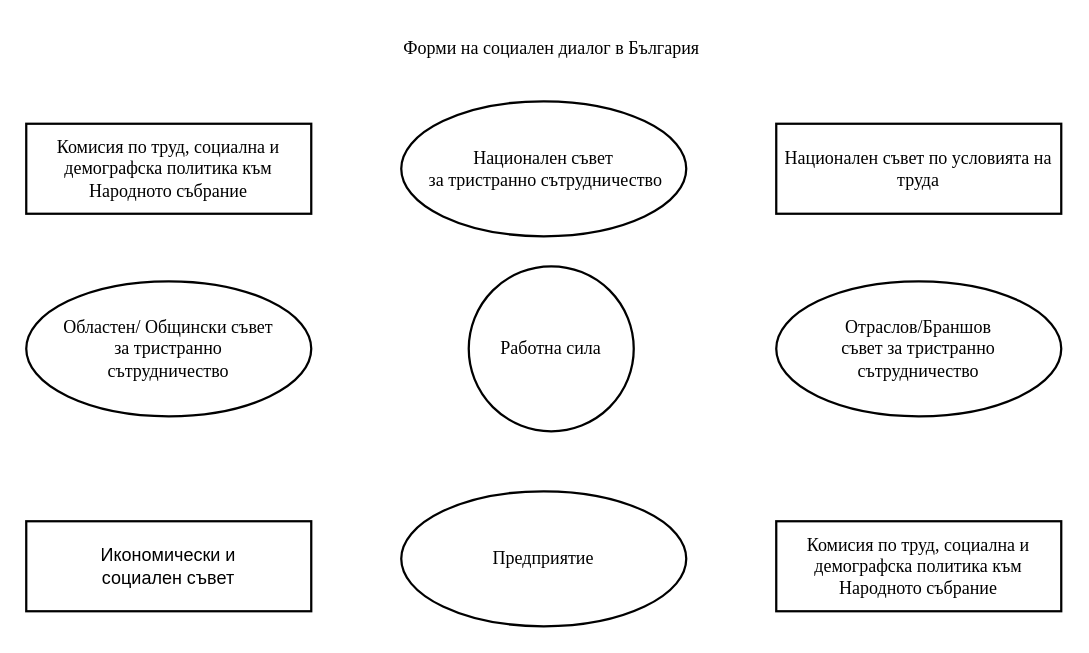
The draw.io diagram page "Фигура 2" (2 of 3) of Untitled Diagram.drawio in entirebg/webserver, before the edit. Source tidied: cells renumbered, new cells numbered last; positions are measured from the earlier drawing's top-left corner, leaving out a move shared by most shapes. Both pictures are drawn from the tidied source at 150%, with x=0, y=0 at pixel (26, 26).
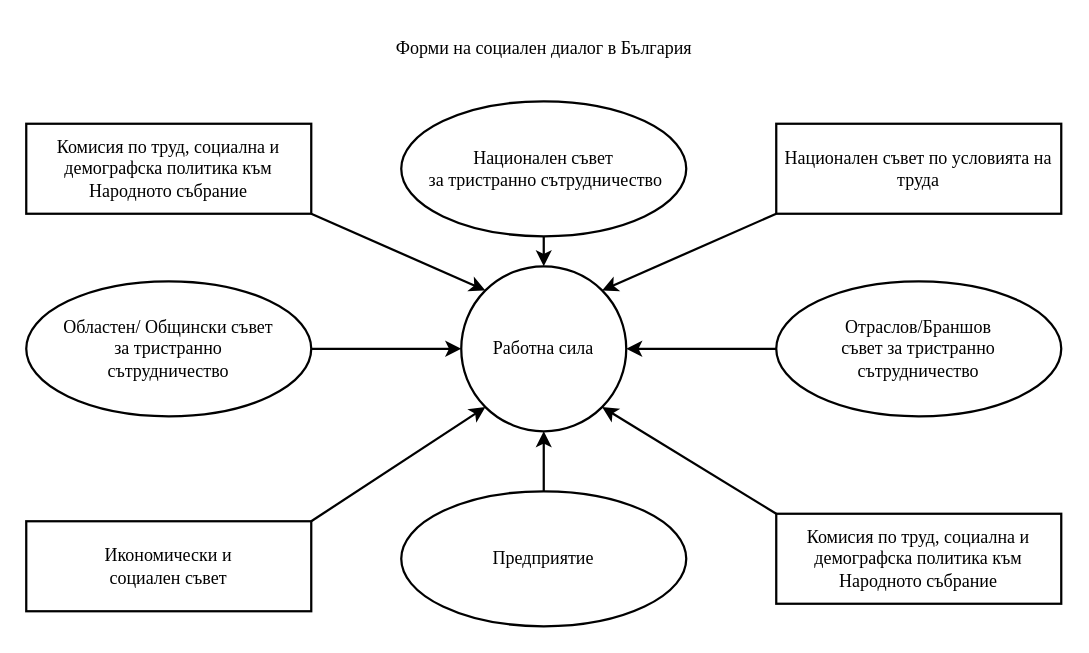
The same page after the edit.

The change refers to these unchanged cells:
```xml
<mxCell id="3" value="&lt;font face=&quot;Times New Roman&quot;&gt;Комисия по труд, социална и демографска политика към Народното събрание&lt;br&gt;&lt;/font&gt;" style="rounded=0;whiteSpace=wrap;html=1;strokeWidth=1.5;" parent="1" vertex="1">
  <mxGeometry y="65" width="190" height="60" as="geometry" />
</mxCell>
<mxCell id="4" value="&lt;p&gt;&lt;font face=&quot;Times New Roman&quot;&gt;Национален съвет по условията на труда &lt;/font&gt;&lt;/p&gt;" style="html=1;rounded=0;strokeWidth=1.5;spacing=3;spacingLeft=0;whiteSpace=wrap;" parent="1" vertex="1">
  <mxGeometry x="500" y="65" width="190" height="60" as="geometry" />
</mxCell>
<mxCell id="6" value="&lt;div&gt;Национален съвет&lt;/div&gt;&lt;div&gt;&amp;nbsp;за тристранно сътрудничество&lt;/div&gt;" style="ellipse;whiteSpace=wrap;html=1;labelBackgroundColor=#ffffff;strokeWidth=1.5;fontFamily=Times New Roman;" parent="1" vertex="1">
  <mxGeometry x="250" y="50" width="190" height="90" as="geometry" />
</mxCell>
<mxCell id="7" value="&lt;div&gt;Областен/ Общински съвет &lt;br&gt;&lt;/div&gt;&lt;div&gt;за тристранно&lt;/div&gt;&lt;div&gt;сътрудничество&lt;br&gt;&lt;/div&gt;" style="ellipse;whiteSpace=wrap;html=1;labelBackgroundColor=#ffffff;strokeWidth=1.5;fontFamily=Times New Roman;" parent="1" vertex="1">
  <mxGeometry y="170" width="190" height="90" as="geometry" />
</mxCell>
<mxCell id="8" value="&lt;div&gt;Отраслов/Браншов&lt;/div&gt;&lt;div&gt;съвет за тристранно&lt;/div&gt;&lt;div&gt;сътрудничество&lt;br&gt;&lt;/div&gt;" style="ellipse;whiteSpace=wrap;html=1;labelBackgroundColor=#ffffff;strokeWidth=1.5;fontFamily=Times New Roman;" parent="1" vertex="1">
  <mxGeometry x="500" y="170" width="190" height="90" as="geometry" />
</mxCell>
<mxCell id="11" value="Предприятие" style="ellipse;whiteSpace=wrap;html=1;labelBackgroundColor=#ffffff;strokeWidth=1.5;fontFamily=Times New Roman;" parent="1" vertex="1">
  <mxGeometry x="250" y="310" width="190" height="90" as="geometry" />
</mxCell>
```

The edit, as a diff of the source:
```diff
@@
     <mxCell id="2" value="&lt;div&gt;&lt;font face=&quot;Times New Roman&quot;&gt;Форми на социален диалог в България&lt;/font&gt;&lt;br&gt;&lt;/div&gt;" style="text;html=1;align=center;verticalAlign=middle;strokeColor=none;fillColor=none;" parent="1" vertex="1">
-      <mxGeometry x="240" width="220" height="30" as="geometry" />
+      <mxGeometry x="235" width="220" height="30" as="geometry" />
     </mxCell>
@@
     <mxCell id="5" value="Работна сила" style="ellipse;whiteSpace=wrap;html=1;labelBackgroundColor=#ffffff;strokeWidth=1.5;fontFamily=Times New Roman;" parent="1" vertex="1">
-      <mxGeometry x="295" y="160" width="110" height="110" as="geometry" />
+      <mxGeometry x="290" y="160" width="110" height="110" as="geometry" />
     </mxCell>
@@
-    <mxCell id="9" value="&lt;div&gt;Икономически и &lt;br&gt;&lt;/div&gt;&lt;div&gt;социален съвет&lt;br&gt;&lt;/div&gt;" style="rounded=0;whiteSpace=wrap;html=1;strokeWidth=1.5;" parent="1" vertex="1">
+    <mxCell id="9" value="&lt;div&gt;&lt;font face=&quot;Times New Roman&quot;&gt;Икономически и &lt;br&gt;&lt;/font&gt;&lt;/div&gt;&lt;div&gt;&lt;font face=&quot;Times New Roman&quot;&gt;социален съвет&lt;br&gt;&lt;/font&gt;&lt;/div&gt;" style="rounded=0;whiteSpace=wrap;html=1;strokeWidth=1.5;" parent="1" vertex="1">
       <mxGeometry y="330" width="190" height="60" as="geometry" />
     </mxCell>
     <mxCell id="10" value="&lt;font face=&quot;Times New Roman&quot;&gt;Комисия по труд, социална и демографска политика към Народното събрание&lt;br&gt;&lt;/font&gt;" style="rounded=0;whiteSpace=wrap;html=1;strokeWidth=1.5;" parent="1" vertex="1">
-      <mxGeometry x="500" y="330" width="190" height="60" as="geometry" />
+      <mxGeometry x="500" y="325" width="190" height="60" as="geometry" />
     </mxCell>
@@
+    <mxCell id="12" style="endArrow=classic;html=1;rounded=0;strokeColor=#000000;strokeWidth=1.5;fontFamily=Times New Roman;fontColor=#FF0000;exitX=1;exitY=1;exitDx=0;exitDy=0;entryX=0;entryY=0;entryDx=0;entryDy=0;" parent="1" edge="1" source="3" target="5">
+      <mxGeometry relative="1" as="geometry" />
+    </mxCell>
+    <mxCell id="13" style="endArrow=classic;html=1;rounded=0;strokeColor=#000000;strokeWidth=1.5;fontFamily=Times New Roman;fontColor=#FF0000;entryX=0;entryY=0.5;entryDx=0;entryDy=0;exitX=1;exitY=0.5;exitDx=0;exitDy=0;" parent="1" edge="1" source="7" target="5">
+      <mxGeometry relative="1" as="geometry" />
+    </mxCell>
+    <mxCell id="14" style="endArrow=classic;html=1;rounded=0;strokeColor=#000000;strokeWidth=1.5;fontFamily=Times New Roman;fontColor=#FF0000;exitX=1;exitY=0;exitDx=0;exitDy=0;entryX=0;entryY=1;entryDx=0;entryDy=0;" parent="1" edge="1" source="9" target="5">
+      <mxGeometry relative="1" as="geometry" />
+    </mxCell>
+    <mxCell id="15" style="endArrow=classic;html=1;rounded=0;strokeColor=#000000;strokeWidth=1.5;fontFamily=Times New Roman;fontColor=#FF0000;exitX=0.5;exitY=0;exitDx=0;exitDy=0;entryX=0.5;entryY=1;entryDx=0;entryDy=0;" parent="1" edge="1" source="11" target="5">
+      <mxGeometry relative="1" as="geometry" />
+    </mxCell>
+    <mxCell id="16" style="endArrow=classic;html=1;rounded=0;strokeColor=#000000;strokeWidth=1.5;fontFamily=Times New Roman;fontColor=#FF0000;entryX=1;entryY=1;entryDx=0;entryDy=0;exitX=0;exitY=0;exitDx=0;exitDy=0;" parent="1" edge="1" source="10" target="5">
+      <mxGeometry relative="1" as="geometry" />
+    </mxCell>
+    <mxCell id="17" style="endArrow=classic;html=1;rounded=0;strokeColor=#000000;strokeWidth=1.5;fontFamily=Times New Roman;fontColor=#FF0000;exitX=0;exitY=0.5;exitDx=0;exitDy=0;entryX=1;entryY=0.5;entryDx=0;entryDy=0;" parent="1" edge="1" source="8" target="5">
+      <mxGeometry relative="1" as="geometry" />
+    </mxCell>
+    <mxCell id="18" style="endArrow=classic;html=1;rounded=0;strokeColor=#000000;strokeWidth=1.5;fontFamily=Times New Roman;fontColor=#FF0000;exitX=0;exitY=1;exitDx=0;exitDy=0;entryX=1;entryY=0;entryDx=0;entryDy=0;" parent="1" edge="1" source="4" target="5">
+      <mxGeometry relative="1" as="geometry" />
+    </mxCell>
+    <mxCell id="19" style="endArrow=classic;html=1;rounded=0;strokeColor=#000000;strokeWidth=1.5;fontFamily=Times New Roman;fontColor=#FF0000;exitX=0.5;exitY=1;exitDx=0;exitDy=0;" parent="1" edge="1" source="6">
+      <mxGeometry relative="1" as="geometry">
+        <mxPoint x="345" y="160" as="targetPoint" />
+      </mxGeometry>
+    </mxCell>
```
